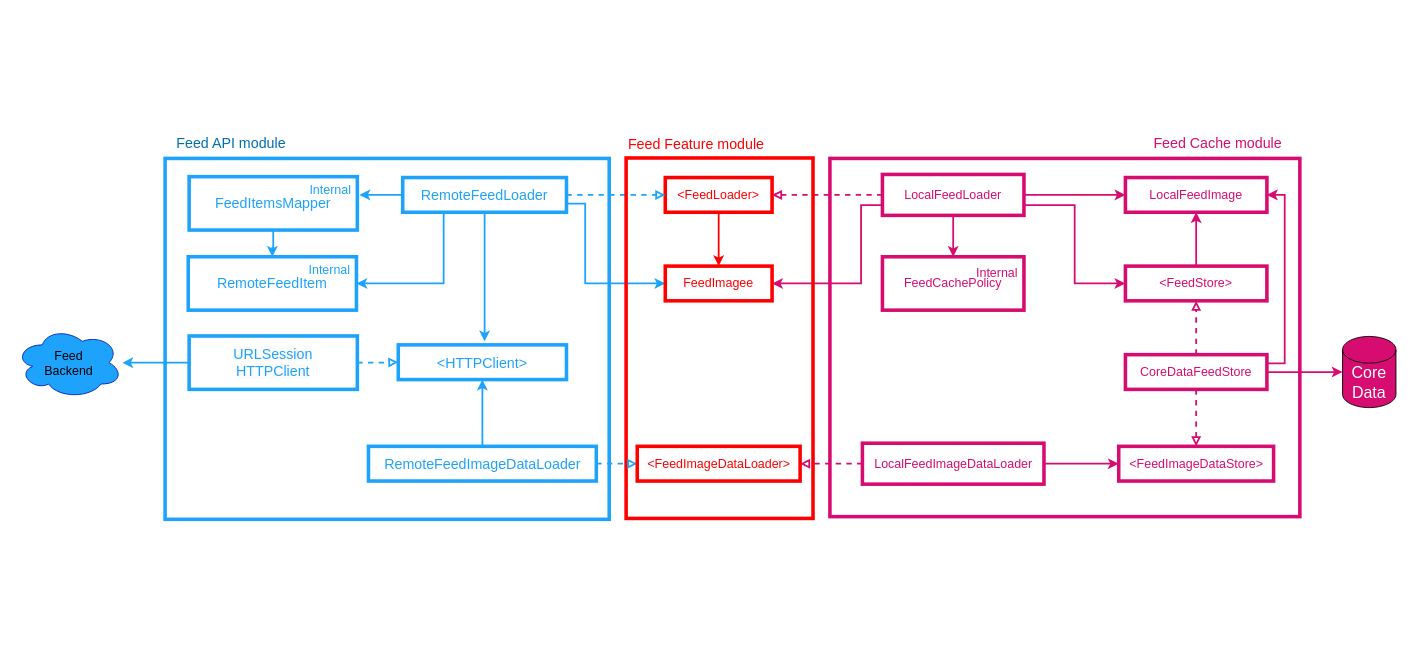
This is Architecture Diagrams/Architecture_And_Modular_Design_Netowrking_Module.drawio from gopal-iosdev/essential-feed-case-study, a draw.io file, before an edit. Source tidied: cells renumbered, new cells numbered last; positions are measured from the earlier drawing's top-left corner, leaving out a move shared by most shapes. Both pictures are drawn from the tidied source at 89%, with x=0, y=0 at pixel (15, 129).
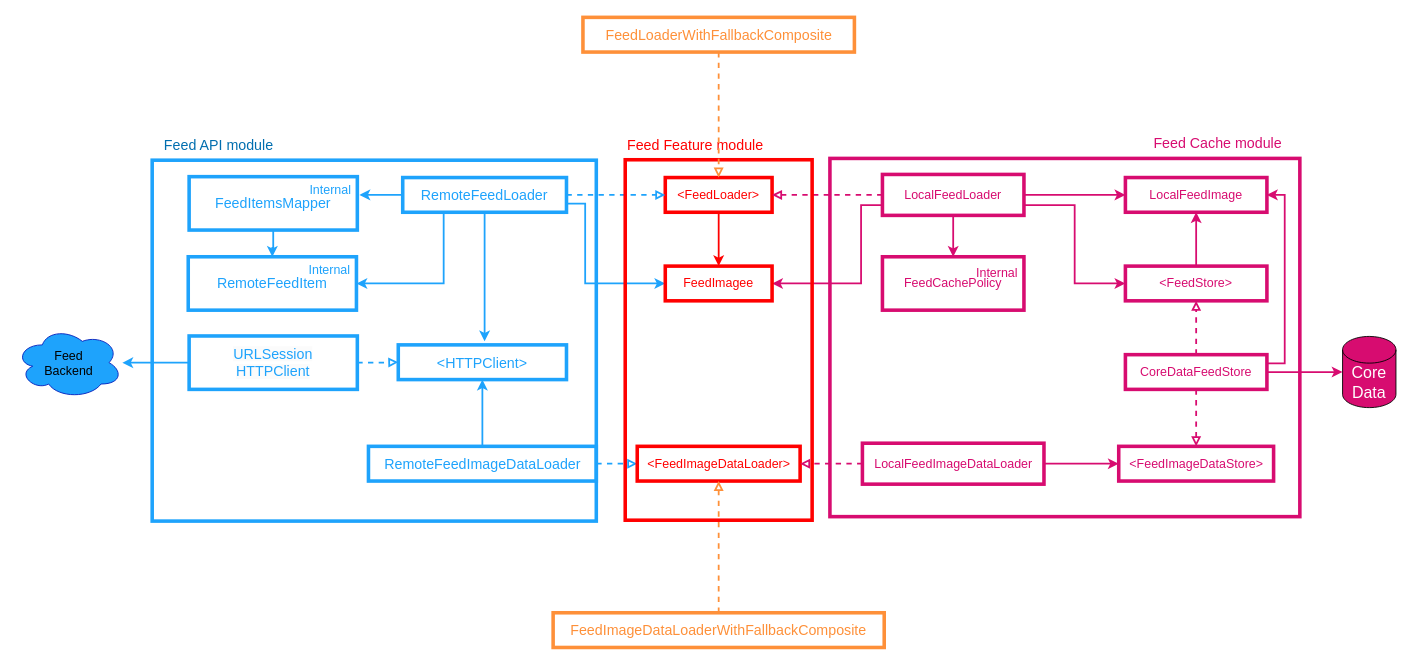
The same diagram, later.

Commit message:
Updated architecture diagram to include feed loader with fallback composite

The change refers to these unchanged cells:
```xml
<mxCell id="3" value="&lt;font style=&quot;font-size: 14px;&quot;&gt;&amp;lt;FeedLoader&amp;gt;&lt;/font&gt;" style="rounded=0;whiteSpace=wrap;html=1;fillColor=none;strokeColor=#FF0000;strokeWidth=4;fontSize=14;fontColor=#FF0000;" parent="1" vertex="1">
  <mxGeometry x="730" y="54" width="120" height="39" as="geometry" />
</mxCell>
<mxCell id="46" value="&lt;font style=&quot;font-size: 14px;&quot;&gt;&amp;lt;FeedImageDataLoader&amp;gt;&lt;/font&gt;" style="rounded=0;whiteSpace=wrap;html=1;fillColor=none;strokeColor=#FF0000;strokeWidth=4;fontSize=14;fontColor=#FF0000;" parent="1" vertex="1">
  <mxGeometry x="698.5" y="356" width="183" height="39" as="geometry" />
</mxCell>
```

The edit, as a diff of the source:
```diff
@@
     <mxCell id="23" style="rounded=0;whiteSpace=wrap;html=1;fillColor=none;strokeWidth=4;strokeColor=#1EA3FC;" parent="1" vertex="1">
-      <mxGeometry x="168" y="32.5" width="499" height="405.5" as="geometry" />
+      <mxGeometry x="153.5" y="34.5" width="499" height="405.5" as="geometry" />
     </mxCell>
     <mxCell id="24" value="Feed API module" style="text;html=1;strokeColor=none;fillColor=none;align=center;verticalAlign=middle;whiteSpace=wrap;rounded=0;strokeWidth=0;fontColor=#006EAF;fontStyle=0;fontSize=16;" parent="1" vertex="1">
-      <mxGeometry x="179" width="127" height="30" as="geometry" />
+      <mxGeometry x="164.5" y="2" width="127" height="30" as="geometry" />
     </mxCell>
@@
     <mxCell id="33" style="rounded=0;whiteSpace=wrap;html=1;fillColor=none;strokeWidth=4;strokeColor=#ff0000;" parent="1" vertex="1">
-      <mxGeometry x="686" y="32" width="210" height="405" as="geometry" />
+      <mxGeometry x="685" y="34" width="210" height="405" as="geometry" />
     </mxCell>
@@
     <mxCell id="45" value="Feed Feature module" style="text;html=1;strokeColor=none;fillColor=none;align=center;verticalAlign=middle;whiteSpace=wrap;rounded=0;strokeWidth=0;fontColor=#FF0000;fontStyle=0;fontSize=16;" parent="1" vertex="1">
-      <mxGeometry x="686" y="1" width="158" height="30" as="geometry" />
+      <mxGeometry x="685" y="3" width="158" height="30" as="geometry" />
     </mxCell>
@@
+    <mxCell id="52" style="edgeStyle=orthogonalEdgeStyle;rounded=0;jettySize=auto;html=1;entryX=0.5;entryY=0;entryDx=0;entryDy=0;strokeWidth=2;strokeColor=#fe9039;dashed=1;endArrow=block;endFill=0;" parent="1" edge="1" source="53" target="3">
+      <mxGeometry relative="1" as="geometry" />
+    </mxCell>
+    <mxCell id="53" value="&lt;font style=&quot;font-size: 16px;&quot;&gt;FeedLoaderWithFallbackComposite&lt;/font&gt;" style="rounded=0;whiteSpace=wrap;html=1;fillColor=none;strokeColor=#fe9039;strokeWidth=4;fontColor=#FE9039;fontSize=16;" parent="1" vertex="1">
+      <mxGeometry x="637.5" y="-126" width="305" height="39" as="geometry" />
+    </mxCell>
+    <mxCell id="54" style="edgeStyle=orthogonalEdgeStyle;rounded=0;jettySize=auto;html=1;entryX=0.5;entryY=1;entryDx=0;entryDy=0;strokeWidth=2;strokeColor=#fe9039;dashed=1;endArrow=block;endFill=0;" parent="1" edge="1" source="55" target="46">
+      <mxGeometry relative="1" as="geometry" />
+    </mxCell>
+    <mxCell id="55" value="FeedImageDataLoaderWithFallbackComposite" style="rounded=0;whiteSpace=wrap;html=1;fillColor=none;strokeColor=#FE9039;strokeWidth=4;fontColor=#FE9039;fontSize=16;" parent="1" vertex="1">
+      <mxGeometry x="604" y="543" width="372" height="39" as="geometry" />
+    </mxCell>
```
